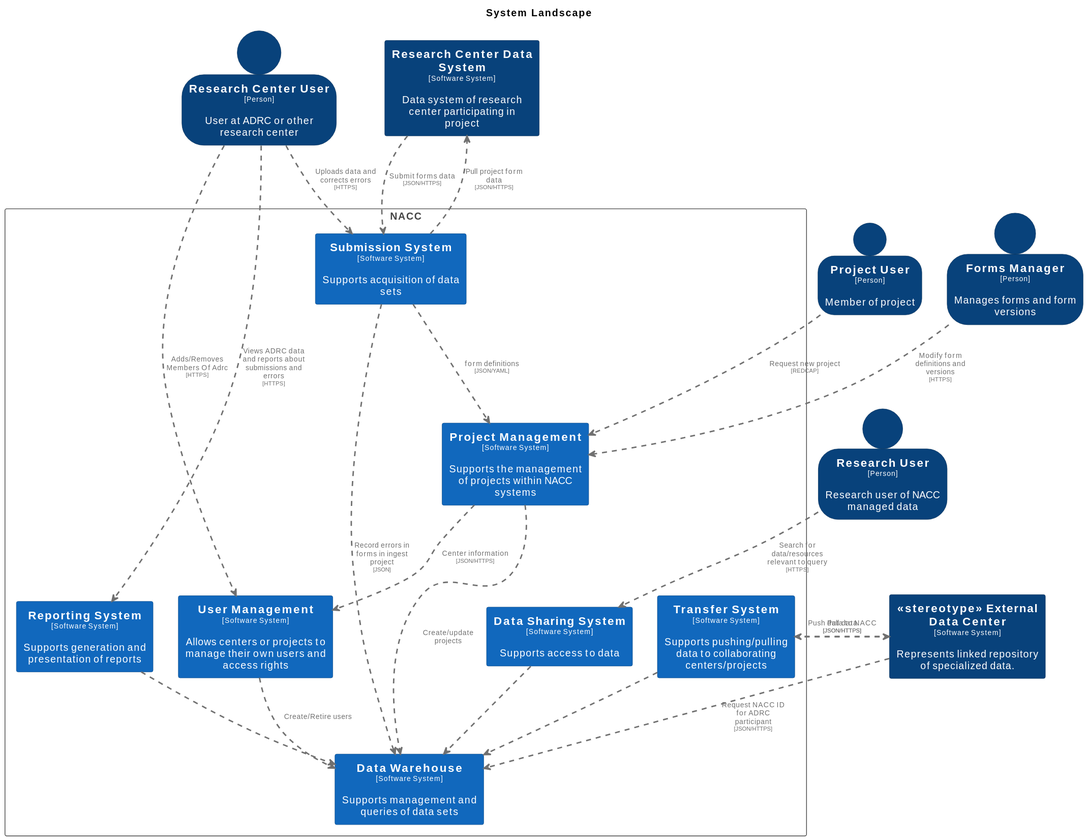
This is docs/images/structurizr-GeneralizedSystemLandscape.svg from naccdata/system-design, a PlantUML export, as it was before one commit.
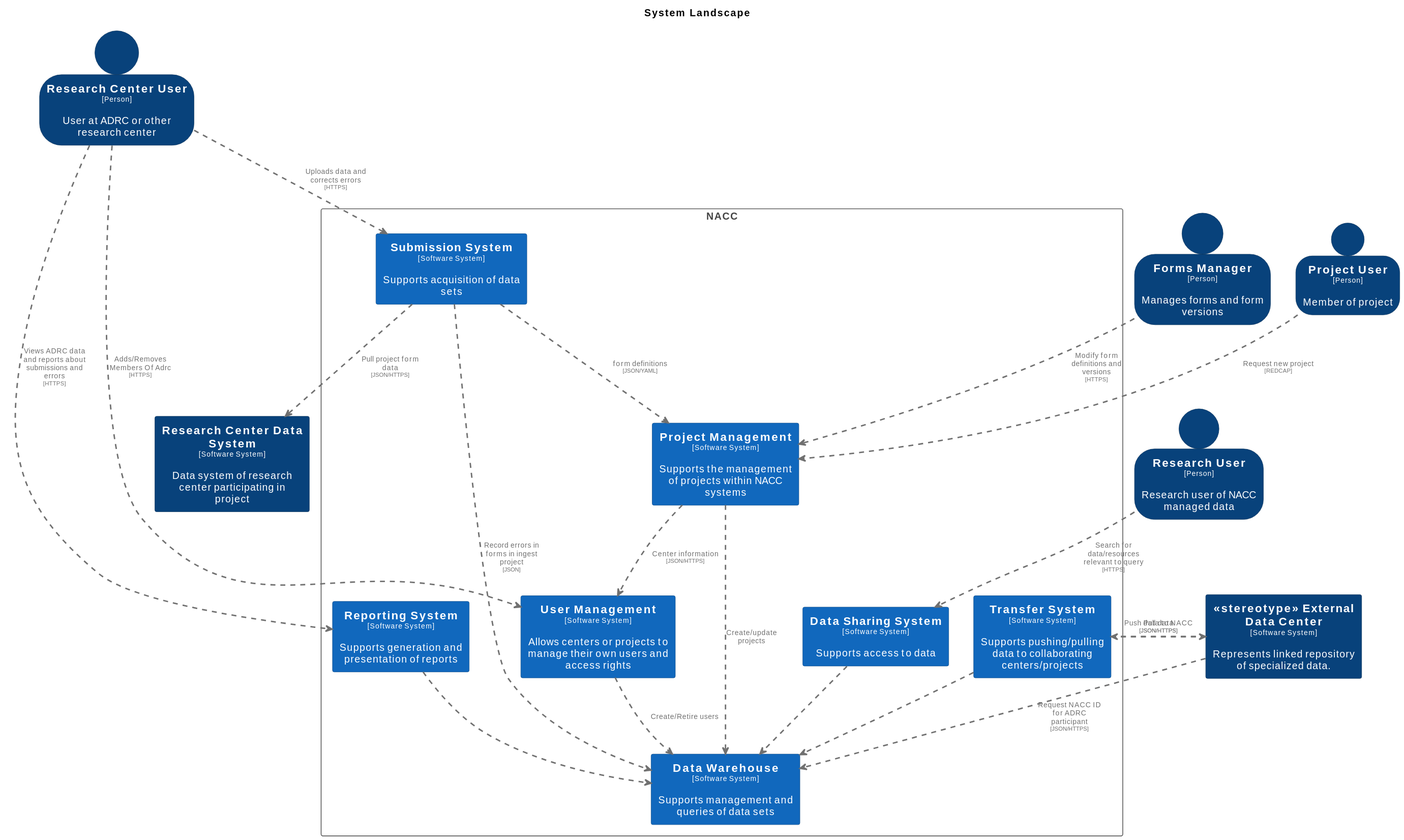
The same diagram one commit later.

Change to the diagram source:
```diff
@@ -84,13 +84,13 @@
   skinparam RectangleBorderColor<<enterprise>> #444444
   skinparam RectangleFontColor<<enterprise>> #444444
 
-  rectangle "==Transfer System\n<size:10>[Software System]</size>\n\nSupports pushing/pulling data to collaborating centers/projects" <<TransferSystem>> as TransferSystem
   rectangle "==Reporting System\n<size:10>[Software System]</size>\n\nSupports generation and presentation of reports" <<ReportingSystem>> as ReportingSystem
   rectangle "==Data Sharing System\n<size:10>[Software System]</size>\n\nSupports access to data" <<DataSharingSystem>> as DataSharingSystem
   rectangle "==Data Warehouse\n<size:10>[Software System]</size>\n\nSupports management and queries of data sets" <<DataWarehouse>> as DataWarehouse
   rectangle "==User Management\n<size:10>[Software System]</size>\n\nAllows centers or projects to manage their own users and access rights" <<UserManagement>> as UserManagement
   rectangle "==Project Management\n<size:10>[Software System]</size>\n\nSupports the management of projects within NACC systems" <<ProjectManagement>> as ProjectManagement
   rectangle "==Submission System\n<size:10>[Software System]</size>\n\nSupports acquisition of data sets" <<SubmissionSystem>> as SubmissionSystem
+  rectangle "==Transfer System\n<size:10>[Software System]</size>\n\nSupports pushing/pulling data to collaborating centers/projects" <<TransferSystem>> as TransferSystem
 }
 
 person "==Research Center User\n<size:10>[Person]</size>\n\nUser at ADRC or other research center" <<ResearchCenterUser>> as ResearchCenterUser
@@ -100,7 +100,6 @@
 rectangle "==<<stereotype>> External Data Center\n<size:10>[Software System]</size>\n\nRepresents linked repository of specialized data." <<stereotypeExternalDataCenter>> as stereotypeExternalDataCenter
 rectangle "==Research Center Data System\n<size:10>[Software System]</size>\n\nData system of research center participating in project" <<ResearchCenterDataSystem>> as ResearchCenterDataSystem
 
-TransferSystem .[#707070,thickness=2].> DataWarehouse : "<color:#707070>"
 ReportingSystem .[#707070,thickness=2].> DataWarehouse : "<color:#707070>"
 DataSharingSystem .[#707070,thickness=2].> DataWarehouse : "<color:#707070>"
 ResearchCenterUser .[#707070,thickness=2].> UserManagement : "<color:#707070>Adds/Removes Members Of Adrc\n<color:#707070><size:8>[HTTPS]</size>"
@@ -112,11 +111,11 @@
 stereotypeExternalDataCenter .[#707070,thickness=2].> DataWarehouse : "<color:#707070>Request NACC ID for ADRC participant\n<color:#707070><size:8>[JSON/HTTPS]</size>"
 stereotypeExternalDataCenter .[#707070,thickness=2].> TransferSystem : "<color:#707070>Push data to NACC\n<color:#707070><size:8>[JSON/HTTPS]</size>"
 TransferSystem .[#707070,thickness=2].> stereotypeExternalDataCenter : "<color:#707070>Pull data\n<color:#707070><size:8>[JSON/HTTPS]</size>"
-ResearchCenterDataSystem .[#707070,thickness=2].> SubmissionSystem : "<color:#707070>Submit forms data\n<color:#707070><size:8>[JSON/HTTPS]</size>"
 SubmissionSystem .[#707070,thickness=2].> ResearchCenterDataSystem : "<color:#707070>Pull project form data\n<color:#707070><size:8>[JSON/HTTPS]</size>"
 UserManagement .[#707070,thickness=2].> DataWarehouse : "<color:#707070>Create/Retire users"
 ProjectManagement .[#707070,thickness=2].> UserManagement : "<color:#707070>Center information\n<color:#707070><size:8>[JSON/HTTPS]</size>"
 ProjectManagement .[#707070,thickness=2].> DataWarehouse : "<color:#707070>Create/update projects"
 SubmissionSystem .[#707070,thickness=2].> DataWarehouse : "<color:#707070>Record errors in forms in ingest project\n<color:#707070><size:8>[JSON]</size>"
 SubmissionSystem .[#707070,thickness=2].> ProjectManagement : "<color:#707070>form definitions\n<color:#707070><size:8>[JSON/YAML]</size>"
+TransferSystem .[#707070,thickness=2].> DataWarehouse : "<color:#707070>"
 @enduml
```
